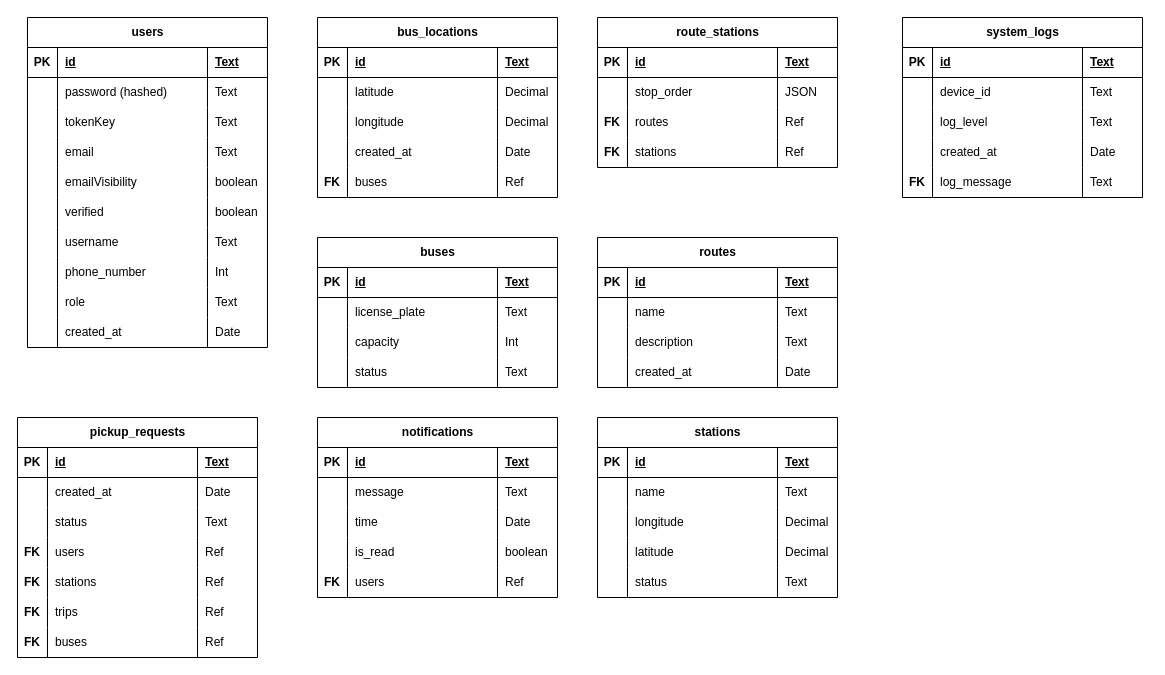
The draw.io diagram ERD-Bus-System-Improvement.drawio in lukas0173/Draw.io, before the edit. Source tidied: cells renumbered, new cells numbered last; positions are measured from the earlier drawing's top-left corner, leaving out a move shared by most shapes. Both pictures are drawn from the tidied source at 100%, with x=0, y=0 at pixel (17, 17).
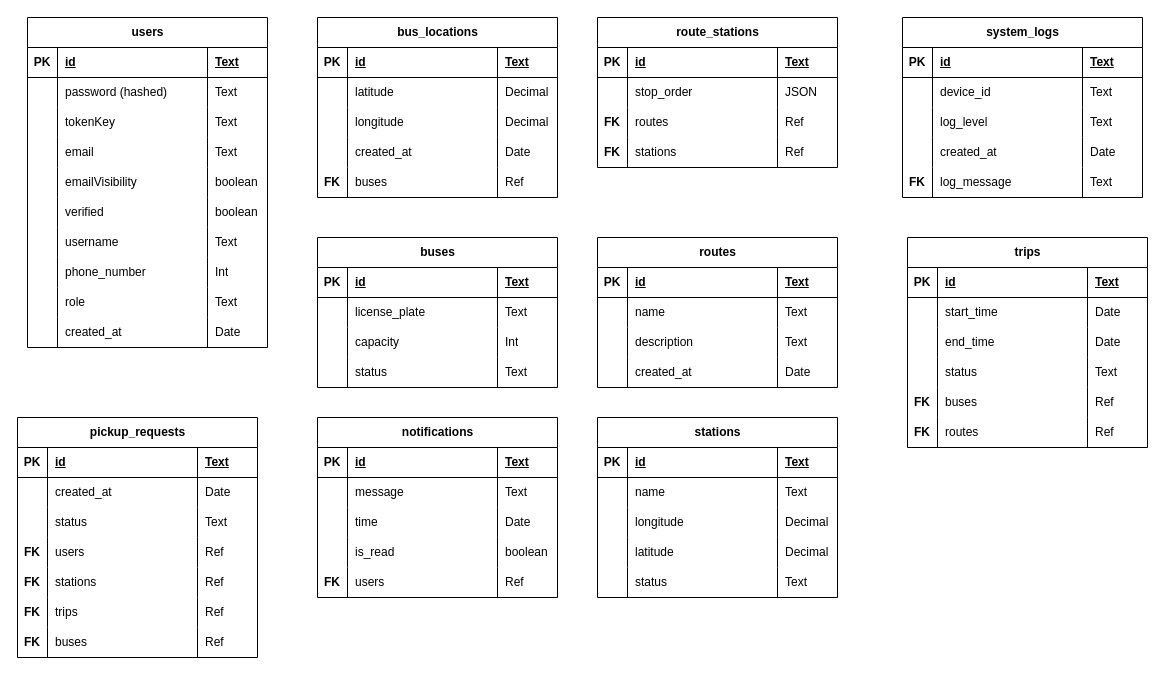
The same diagram, later.

What changed in the source:
```diff
@@
+    <mxCell id="207" value="trips" style="shape=table;startSize=30;childLayout=tableLayout;rowLines=0;fontStyle=1;align=center;html=1;" parent="1" vertex="1">
+      <mxGeometry x="890" y="220" width="240" height="210" as="geometry" />
+    </mxCell>
+    <mxCell id="208" style="shape=tableRow;horizontal=0;startSize=0;swimlaneHead=0;swimlaneBody=0;fillColor=none;top=0;left=0;right=0;bottom=1;" parent="207" vertex="1">
+      <mxGeometry y="30" width="240" height="30" as="geometry" />
+    </mxCell>
+    <mxCell id="209" value="PK" style="shape=partialRectangle;fillColor=none;top=0;left=0;bottom=0;right=0;fontStyle=1;overflow=hidden;whiteSpace=wrap;html=1;" parent="208" vertex="1">
+      <mxGeometry width="30" height="30" as="geometry" />
+    </mxCell>
+    <mxCell id="210" value="id" style="shape=partialRectangle;fillColor=none;top=0;left=0;bottom=0;right=0;align=left;spacingLeft=6;fontStyle=5;overflow=hidden;whiteSpace=wrap;html=1;" parent="208" vertex="1">
+      <mxGeometry x="30" width="150" height="30" as="geometry" />
+    </mxCell>
+    <mxCell id="211" value="Text" style="shape=partialRectangle;fillColor=none;top=0;left=0;bottom=0;right=0;align=left;spacingLeft=6;fontStyle=5;overflow=hidden;whiteSpace=wrap;html=1;" parent="208" vertex="1">
+      <mxGeometry x="180" width="60" height="30" as="geometry" />
+    </mxCell>
+    <mxCell id="212" style="shape=tableRow;horizontal=0;startSize=0;swimlaneHead=0;swimlaneBody=0;fillColor=none;top=0;left=0;right=0;bottom=0;" parent="207" vertex="1">
+      <mxGeometry y="60" width="240" height="30" as="geometry" />
+    </mxCell>
+    <mxCell id="213" style="shape=partialRectangle;fillColor=none;top=0;left=0;bottom=0;right=0;overflow=hidden;whiteSpace=wrap;html=1;" parent="212" vertex="1">
+      <mxGeometry width="30" height="30" as="geometry" />
+    </mxCell>
+    <mxCell id="214" value="start_time" style="shape=partialRectangle;fillColor=none;top=0;left=0;bottom=0;right=0;align=left;spacingLeft=6;overflow=hidden;whiteSpace=wrap;html=1;" parent="212" vertex="1">
+      <mxGeometry x="30" width="150" height="30" as="geometry" />
+    </mxCell>
+    <mxCell id="215" value="Date" style="shape=partialRectangle;fillColor=none;top=0;left=0;bottom=0;right=0;align=left;spacingLeft=6;overflow=hidden;whiteSpace=wrap;html=1;" parent="212" vertex="1">
+      <mxGeometry x="180" width="60" height="30" as="geometry" />
+    </mxCell>
+    <mxCell id="216" style="shape=tableRow;horizontal=0;startSize=0;swimlaneHead=0;swimlaneBody=0;fillColor=none;top=0;left=0;right=0;bottom=0;" parent="207" vertex="1">
+      <mxGeometry y="90" width="240" height="30" as="geometry" />
+    </mxCell>
+    <mxCell id="217" style="shape=partialRectangle;fillColor=none;top=0;left=0;bottom=0;right=0;overflow=hidden;whiteSpace=wrap;html=1;" parent="216" vertex="1">
+      <mxGeometry width="30" height="30" as="geometry" />
+    </mxCell>
+    <mxCell id="218" value="end_time" style="shape=partialRectangle;fillColor=none;top=0;left=0;bottom=0;right=0;align=left;spacingLeft=6;overflow=hidden;whiteSpace=wrap;html=1;" parent="216" vertex="1">
+      <mxGeometry x="30" width="150" height="30" as="geometry" />
+    </mxCell>
+    <mxCell id="219" value="Date" style="shape=partialRectangle;fillColor=none;top=0;left=0;bottom=0;right=0;align=left;spacingLeft=6;overflow=hidden;whiteSpace=wrap;html=1;" parent="216" vertex="1">
+      <mxGeometry x="180" width="60" height="30" as="geometry" />
+    </mxCell>
+    <mxCell id="220" style="shape=tableRow;horizontal=0;startSize=0;swimlaneHead=0;swimlaneBody=0;fillColor=none;top=0;left=0;right=0;bottom=0;" parent="207" vertex="1">
+      <mxGeometry y="120" width="240" height="30" as="geometry" />
+    </mxCell>
+    <mxCell id="221" style="shape=partialRectangle;fillColor=none;top=0;left=0;bottom=0;right=0;overflow=hidden;whiteSpace=wrap;html=1;" parent="220" vertex="1">
+      <mxGeometry width="30" height="30" as="geometry" />
+    </mxCell>
+    <mxCell id="222" value="status" style="shape=partialRectangle;fillColor=none;top=0;left=0;bottom=0;right=0;align=left;spacingLeft=6;overflow=hidden;whiteSpace=wrap;html=1;" parent="220" vertex="1">
+      <mxGeometry x="30" width="150" height="30" as="geometry" />
+    </mxCell>
+    <mxCell id="223" value="Text" style="shape=partialRectangle;fillColor=none;top=0;left=0;bottom=0;right=0;align=left;spacingLeft=6;overflow=hidden;whiteSpace=wrap;html=1;" parent="220" vertex="1">
+      <mxGeometry x="180" width="60" height="30" as="geometry" />
+    </mxCell>
+    <mxCell id="224" style="shape=tableRow;horizontal=0;startSize=0;swimlaneHead=0;swimlaneBody=0;fillColor=none;top=0;left=0;right=0;bottom=0;" parent="207" vertex="1">
+      <mxGeometry y="150" width="240" height="30" as="geometry" />
+    </mxCell>
+    <mxCell id="225" value="&lt;b&gt;FK&lt;/b&gt;" style="shape=partialRectangle;fillColor=none;top=0;left=0;bottom=0;right=0;overflow=hidden;whiteSpace=wrap;html=1;" parent="224" vertex="1">
+      <mxGeometry width="30" height="30" as="geometry" />
+    </mxCell>
+    <mxCell id="226" value="buses" style="shape=partialRectangle;fillColor=none;top=0;left=0;bottom=0;right=0;align=left;spacingLeft=6;overflow=hidden;whiteSpace=wrap;html=1;" parent="224" vertex="1">
+      <mxGeometry x="30" width="150" height="30" as="geometry" />
+    </mxCell>
+    <mxCell id="227" value="Ref" style="shape=partialRectangle;fillColor=none;top=0;left=0;bottom=0;right=0;align=left;spacingLeft=6;overflow=hidden;whiteSpace=wrap;html=1;" parent="224" vertex="1">
+      <mxGeometry x="180" width="60" height="30" as="geometry" />
+    </mxCell>
+    <mxCell id="228" style="shape=tableRow;horizontal=0;startSize=0;swimlaneHead=0;swimlaneBody=0;fillColor=none;top=0;left=0;right=0;bottom=0;" parent="207" vertex="1">
+      <mxGeometry y="180" width="240" height="30" as="geometry" />
+    </mxCell>
+    <mxCell id="229" value="&lt;b&gt;FK&lt;/b&gt;" style="shape=partialRectangle;fillColor=none;top=0;left=0;bottom=0;right=0;overflow=hidden;whiteSpace=wrap;html=1;" parent="228" vertex="1">
+      <mxGeometry width="30" height="30" as="geometry" />
+    </mxCell>
+    <mxCell id="230" value="routes" style="shape=partialRectangle;fillColor=none;top=0;left=0;bottom=0;right=0;align=left;spacingLeft=6;overflow=hidden;whiteSpace=wrap;html=1;" parent="228" vertex="1">
+      <mxGeometry x="30" width="150" height="30" as="geometry" />
+    </mxCell>
+    <mxCell id="231" value="Ref" style="shape=partialRectangle;fillColor=none;top=0;left=0;bottom=0;right=0;align=left;spacingLeft=6;overflow=hidden;whiteSpace=wrap;html=1;" parent="228" vertex="1">
+      <mxGeometry x="180" width="60" height="30" as="geometry" />
+    </mxCell>
```
